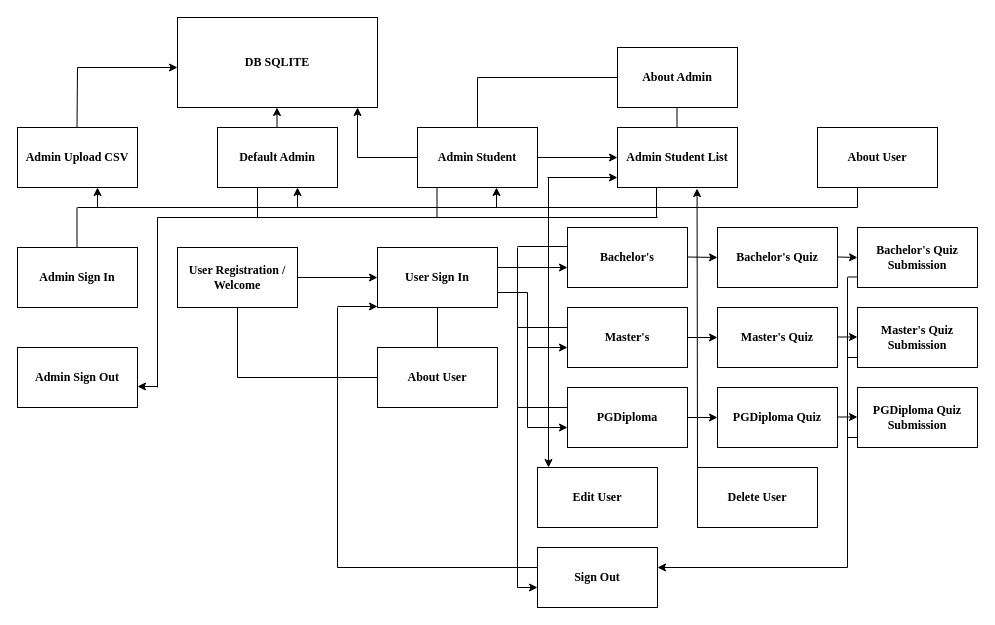
Earlier version of the draw.io diagram QuizzDynamoApp.drawio (x23203595/QuizzDynamo). Source tidied: cells renumbered, new cells numbered last; positions are measured from the earlier drawing's top-left corner, leaving out a move shared by most shapes. Both pictures are drawn from the tidied source at 100%, with x=0, y=0 at pixel (17, 17).
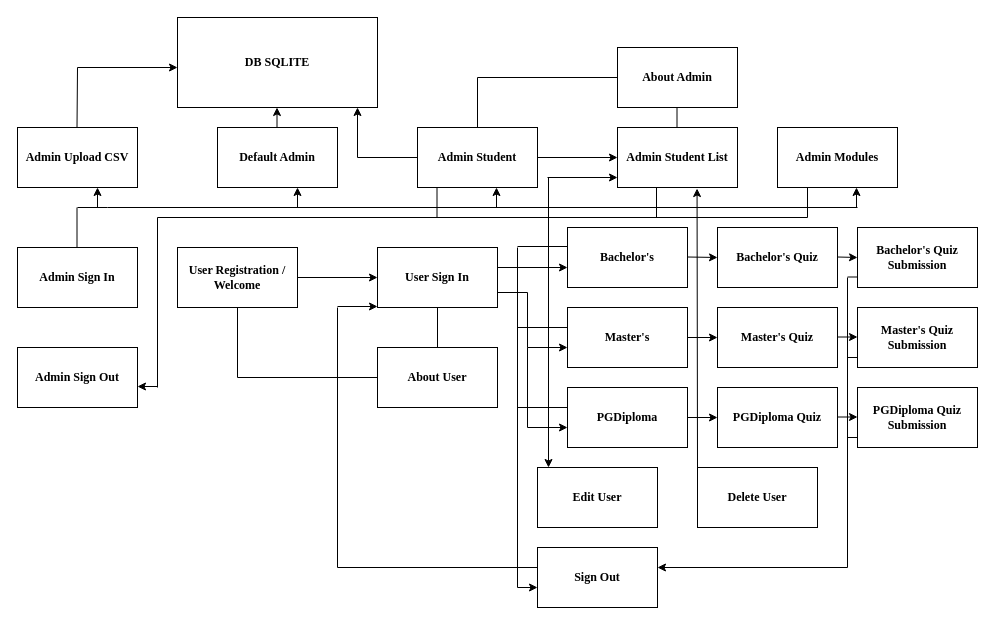
The same page after the edit.

What changed in the source:
```diff
@@
-    <mxCell id="7" value="&lt;span&gt;&lt;font&gt;About User&lt;/font&gt;&lt;/span&gt;" style="rounded=0;whiteSpace=wrap;html=1;fontStyle=1;fontFamily=Times New Roman;" parent="1" vertex="1">
-      <mxGeometry x="800" y="110" width="120" height="60" as="geometry" />
-    </mxCell>
@@
-    <mxCell id="31" style="endArrow=none;html=1;rounded=0;fontStyle=1;fontFamily=Times New Roman;" parent="1" edge="1">
-      <mxGeometry relative="1" as="geometry">
-        <mxPoint x="840" y="190" as="sourcePoint" />
-        <mxPoint x="840" y="170" as="targetPoint" />
-      </mxGeometry>
-    </mxCell>
@@
     <mxCell id="75" style="endArrow=none;html=1;rounded=0;" parent="1" edge="1">
       <mxGeometry relative="1" as="geometry">
         <mxPoint x="140" y="200" as="sourcePoint" />
-        <mxPoint x="640" y="200" as="targetPoint" />
+        <mxPoint x="790" y="200" as="targetPoint" />
       </mxGeometry>
     </mxCell>
@@
-    <mxCell id="77" style="endArrow=none;html=1;rounded=0;" parent="1" edge="1">
-      <mxGeometry relative="1" as="geometry">
-        <mxPoint x="240" y="200" as="sourcePoint" />
-        <mxPoint x="240" y="170" as="targetPoint" />
-      </mxGeometry>
-    </mxCell>
@@
+    <mxCell id="80" value="&lt;font style=&quot;&quot; face=&quot;Times New Roman&quot;&gt;&lt;b&gt;Admin Modules&lt;/b&gt;&lt;/font&gt;" style="rounded=0;whiteSpace=wrap;html=1;" parent="1" vertex="1">
+      <mxGeometry x="760" y="110" width="120" height="60" as="geometry" />
+    </mxCell>
+    <mxCell id="81" style="endArrow=classic;html=1;rounded=0;" parent="1" edge="1">
+      <mxGeometry relative="1" as="geometry">
+        <mxPoint x="839" y="190" as="sourcePoint" />
+        <mxPoint x="839" y="170" as="targetPoint" />
+      </mxGeometry>
+    </mxCell>
+    <mxCell id="82" style="endArrow=none;html=1;rounded=0;" parent="1" edge="1">
+      <mxGeometry relative="1" as="geometry">
+        <mxPoint x="790" y="190" as="sourcePoint" />
+        <mxPoint x="790" y="170" as="targetPoint" />
+      </mxGeometry>
+    </mxCell>
+    <mxCell id="83" style="endArrow=none;html=1;rounded=0;" parent="1" edge="1">
+      <mxGeometry relative="1" as="geometry">
+        <mxPoint x="790" y="200" as="sourcePoint" />
+        <mxPoint x="790" y="190" as="targetPoint" />
+      </mxGeometry>
+    </mxCell>
```
